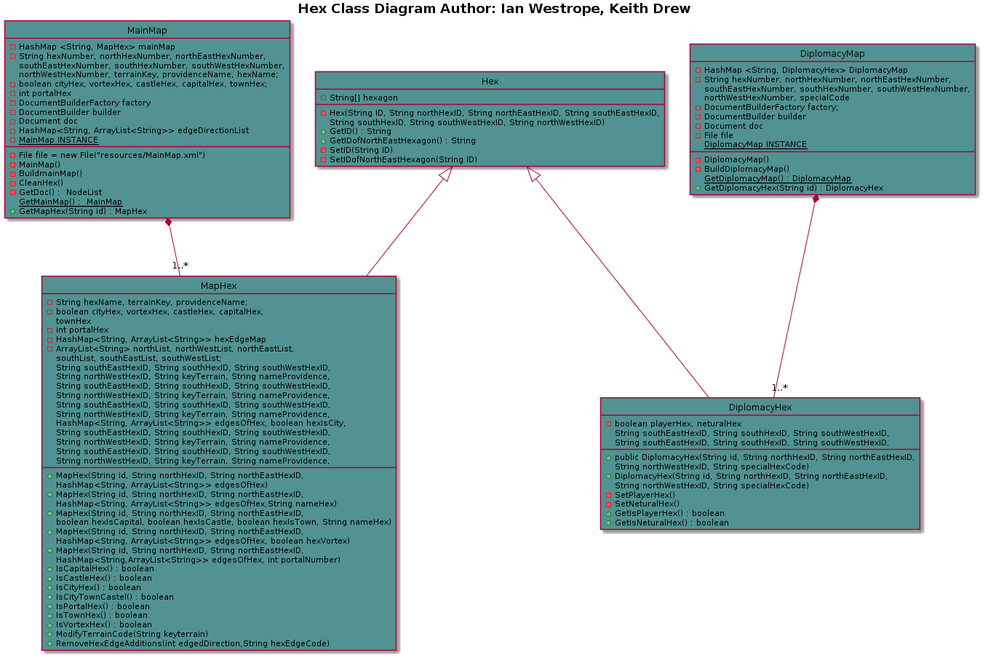
Earlier version of the PlantUML export doc/masterClassDiagrams/hex.png (cjeffery/sworsorc).
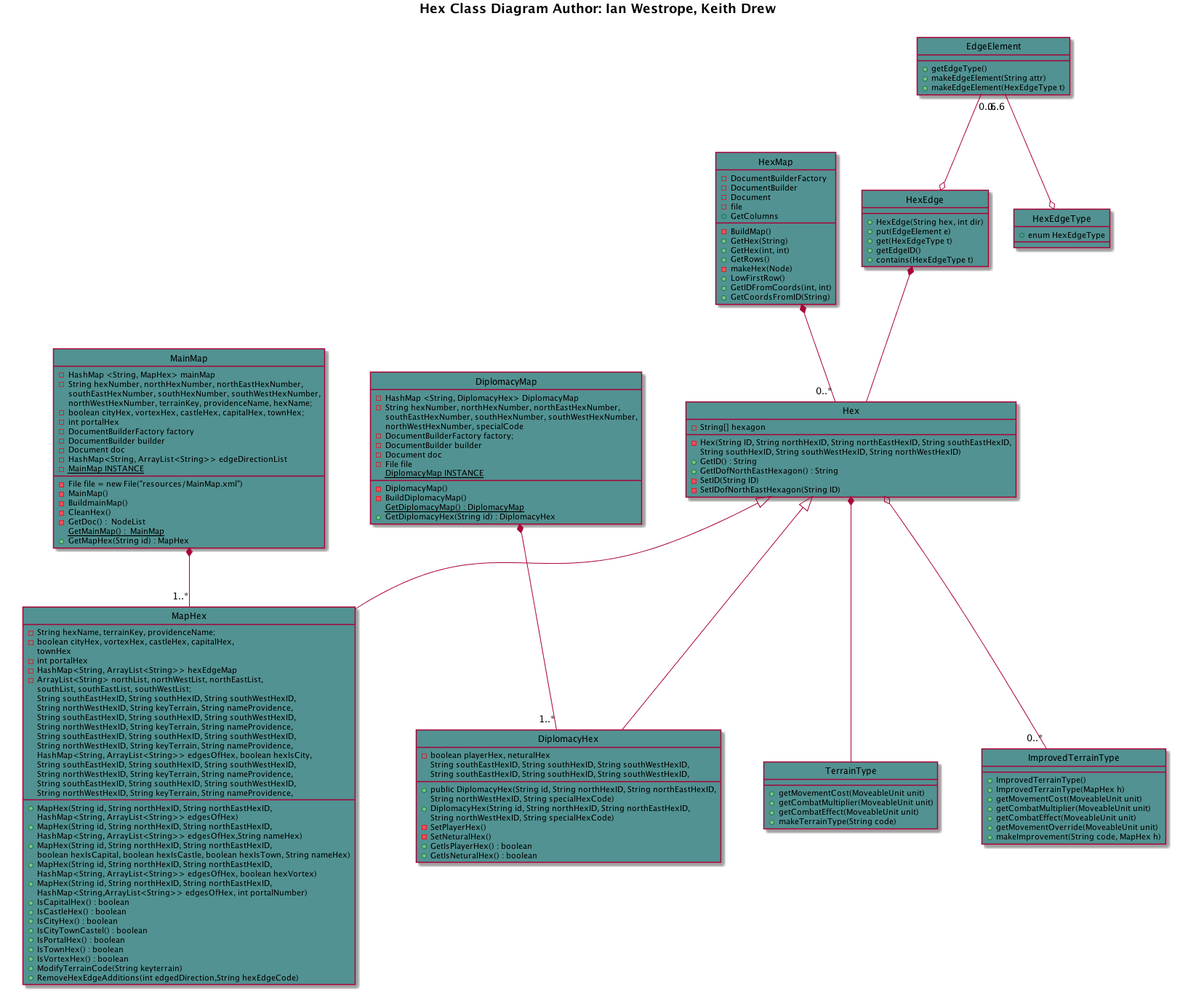
Above is the later version.

Commit message:
Updated hex class diagram

The edit, as a diff of the source:
```diff
@@ -6,6 +6,65 @@
 Hex <|-- MapHex
 Hex <|-- DiplomacyHex
 DiplomacyMap *-- "1..*" DiplomacyHex
+HexMap *-- "0..*" Hex
+HexEdge *-- Hex
+EdgeElement "0..6" --o HexEdge
+EdgeElement "0..6" --o HexEdgeType
+Hex *-- TerrainType
+Hex o-- "0..*" ImprovedTerrainType
+
+class ImprovedTerrainType #529292{
++ImprovedTerrainType()
++ImprovedTerrainType(MapHex h)
++getMovementCost(MoveableUnit unit)
++getCombatMultiplier(MoveableUnit unit)
++getCombatEffect(MoveableUnit unit)
++getMovementOverride(MoveableUnit unit)
++makeImprovement(String code, MapHex h)
+}
+
+class TerrainType #529292{
++getMovementCost(MoveableUnit unit)
++getCombatMultiplier(MoveableUnit unit)
++getCombatEffect(MoveableUnit unit)
++makeTerrainType(String code)
+}
+
+class HexEdgeType #529292{
++enum HexEdgeType
+}
+
+class EdgeElement #529292{
++getEdgeType()
++makeEdgeElement(String attr)
++makeEdgeElement(HexEdgeType t)
+}
+
+class HexEdge #529292{
++HexEdge(String hex, int dir)
++put(EdgeElement e)
++get(HexEdgeType t)
++getEdgeID()
++contains(HexEdgeType t)
+}
+
+
+class HexMap #529292{
+-DocumentBuilderFactory
+-DocumentBuilder
+-Document
+-file
+-BuildMap()
++GetHex(String)
++GetHex(int, int)
++GetRows()
++GetColumns
+-makeHex(Node)
++LowFirstRow()
++GetIDFromCoords(int, int)
++GetCoordsFromID(String)
+
+}
 
 
 class MainMap #529292 {
```
